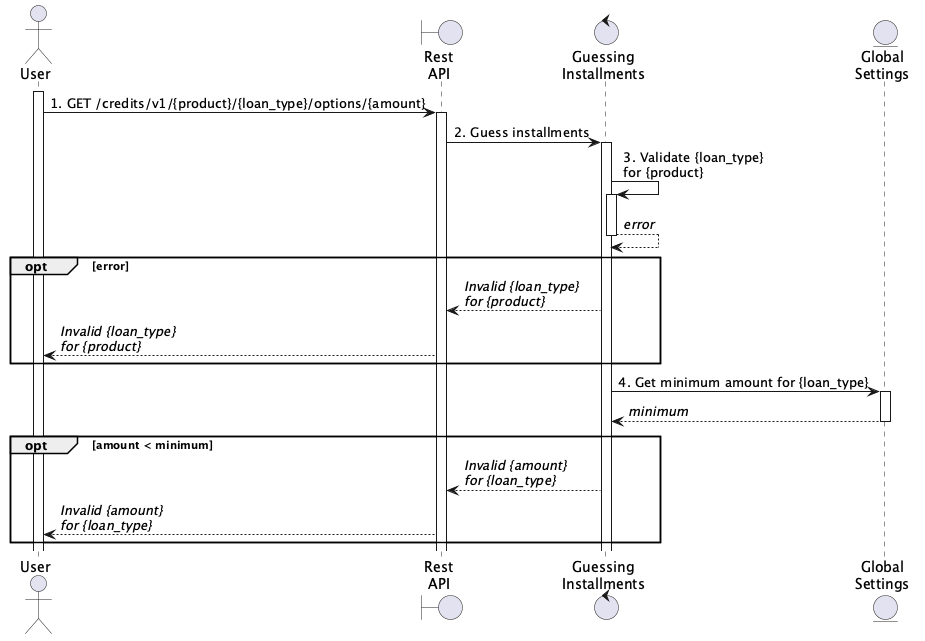
This is 001-credit-installments/seq.png from ramiromartinez-wm/wayni-docs, a PlantUML export, as it was before one commit. Source of this version:
```plantuml
@startuml "Consulta de cuotas"

actor User
boundary "Rest\nAPI" as API
control "Guessing\nInstallments" as GI
entity "Global\nSettings" as GB


activate User
User->API: 1. GET /credits/v1/{product}/{loan_type}/options/{amount}
activate API
API->GI: 2. Guess installments
activate GI
GI->GI: 3. Validate {loan_type}\nfor {product}
activate GI
GI-->GI: //error//
deactivate GI

opt error
    GI-->API: //Invalid {loan_type}//\n//for {product}//
    API-->User: //Invalid {loan_type}//\n//for {product}//
end

GI->GB: 4. Get minimum amount for {loan_type}
activate GB
GB-->GI: //minimum//
deactivate GB
opt amount < minimum
    GI-->API: //Invalid {amount}//\n//for {loan_type}//
    API-->User: //Invalid {amount}//\n//for {loan_type}//
end



@enduml
```
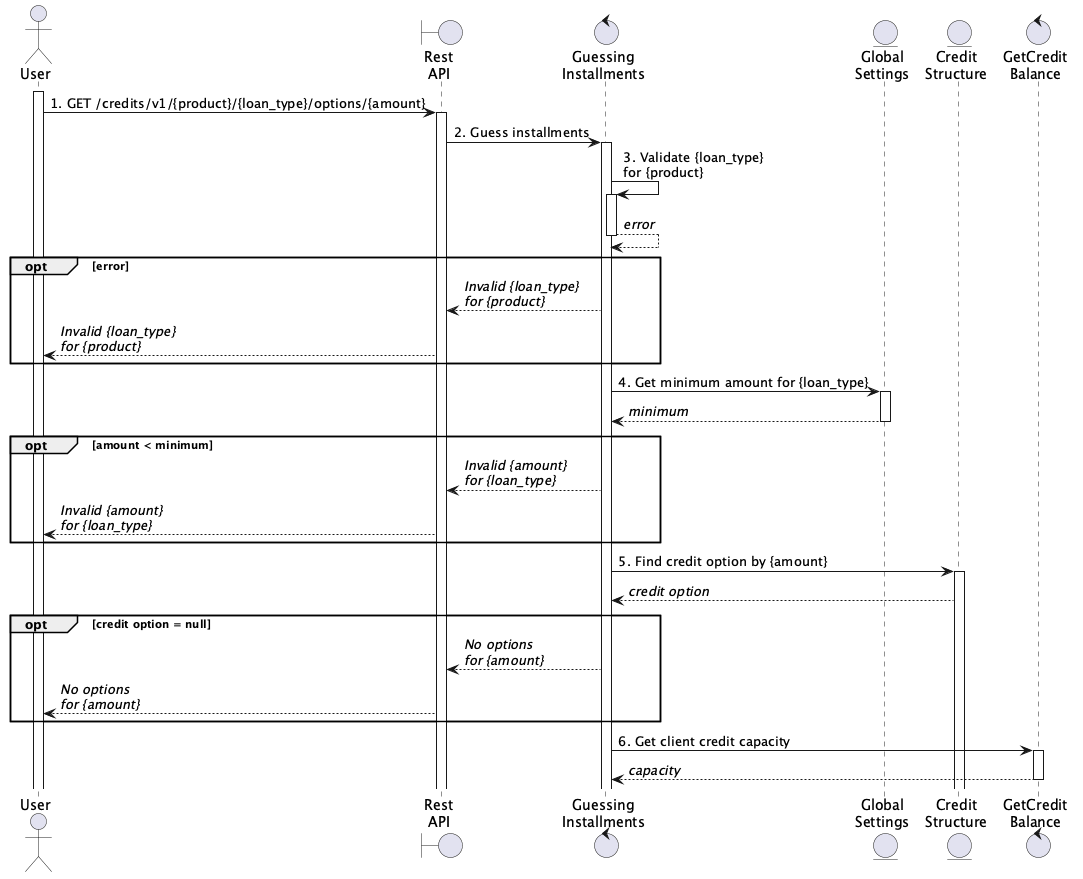
Above is the later version.

Commit message:
Update installment options docs

Diff of the diagram source:
```diff
@@ -4,6 +4,8 @@
 boundary "Rest\nAPI" as API
 control "Guessing\nInstallments" as GI
 entity "Global\nSettings" as GB
+entity "Credit\nStructure" as CS
+control "GetCredit\nBalance" as GCB
 
 
 activate User
@@ -30,6 +32,19 @@
     API-->User: //Invalid {amount}//\n//for {loan_type}//
 end
 
+GI->CS: 5. Find credit option by {amount}
+activate CS
+CS-->GI: //credit option//
+opt credit option = null
+    GI-->API: //No options//\n//for {amount}//
+    API-->User: //No options//\n//for {amount}//
+end
+
+GI->GCB: 6. Get client credit capacity
+activate GCB
+GCB-->GI: //capacity//
+deactivate GCB
+
 
 
 @enduml
```
